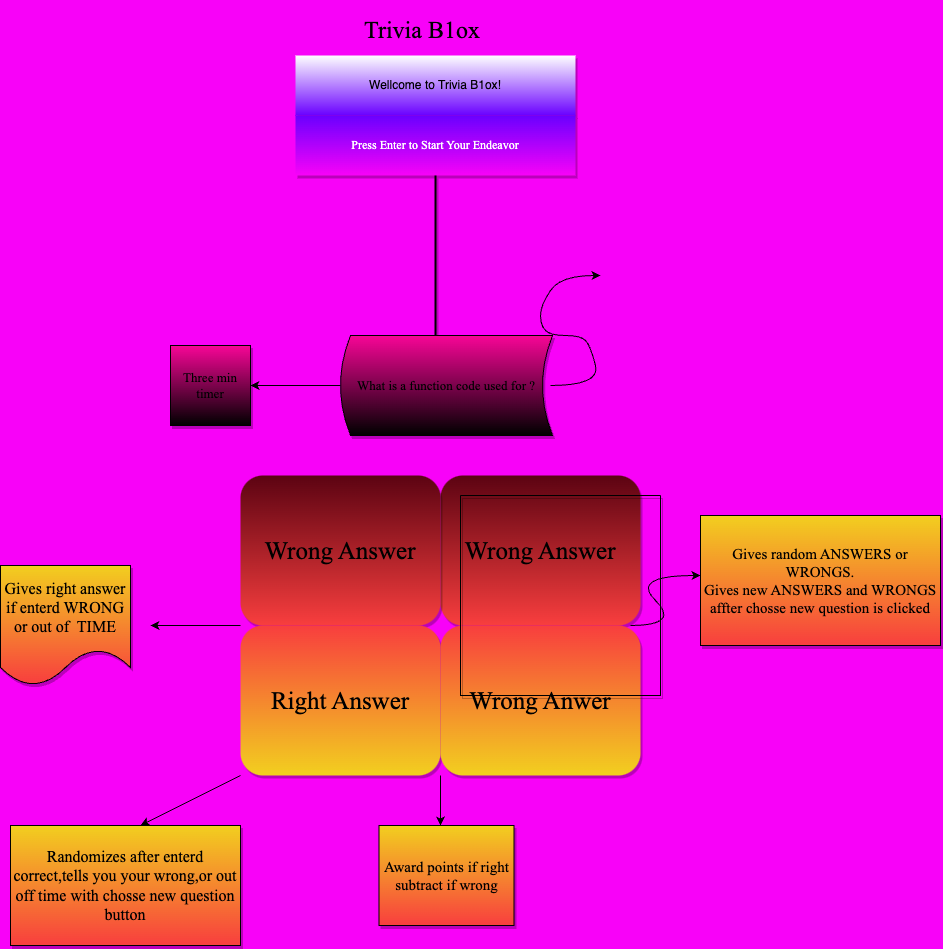
Above: wire.drawio.png in andy209/P1-Project (draw.io), before the change. Source tidied: cells renumbered, new cells last; positions are measured from the earlier drawing's top-left corner, leaving out a move shared by most shapes.
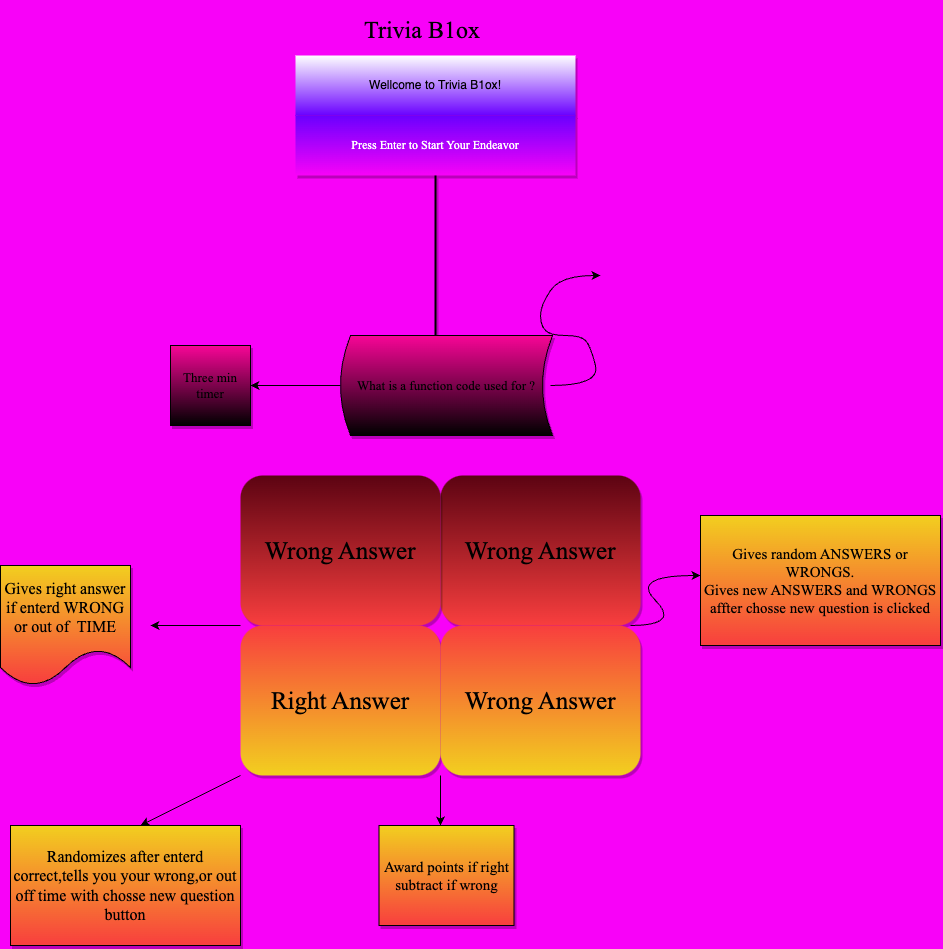
After the commit.

What changed in the source:
```diff
@@ -49,9 +49,6 @@
     <mxCell id="14" value="Right Answer" style="rounded=1;whiteSpace=wrap;html=1;shadow=1;glass=0;sketch=0;fontFamily=Times New Roman;fontSize=25;fillColor=#F83E3E;gradientColor=#F2CF1F;gradientDirection=south;strokeColor=none;" parent="1" vertex="1">
       <mxGeometry x="240" y="610" width="200" height="150" as="geometry" />
     </mxCell>
-    <mxCell id="15" value="Wrong Anwer" style="rounded=1;whiteSpace=wrap;html=1;shadow=1;glass=0;sketch=0;fontFamily=Times New Roman;fontSize=25;fillColor=#F83E3E;gradientColor=#F2CF1F;gradientDirection=south;strokeColor=none;" parent="1" vertex="1">
-      <mxGeometry x="440" y="610" width="200" height="150" as="geometry" />
-    </mxCell>
     <mxCell id="16" value="Gives right answer&lt;br&gt;if enterd WRONG&lt;br&gt;or out of&amp;nbsp; TIME" style="shape=document;whiteSpace=wrap;html=1;boundedLbl=1;shadow=1;glass=0;sketch=0;fontFamily=Times New Roman;fontSize=16;fillColor=#F83E3E;gradientColor=#F2CF1F;gradientDirection=north;" parent="1" vertex="1">
       <mxGeometry y="550" width="130" height="120" as="geometry" />
     </mxCell>
@@ -83,14 +80,14 @@
         </Array>
       </mxGeometry>
     </mxCell>
-    <mxCell id="20" style="swimlane;startSize=0;shadow=1;glass=0;sketch=0;fontFamily=Times New Roman;fontSize=15;fillColor=#F83E3E;gradientColor=#F2CF1F;gradientDirection=north;" parent="1" vertex="1">
-      <mxGeometry x="460" y="480" width="200" height="200" as="geometry" />
-    </mxCell>
     <mxCell id="21" value="Gives random ANSWERS or WRONGS.&lt;br&gt;Gives new ANSWERS and WRONGS&lt;br&gt;affter chosse new question is clicked" style="rounded=0;whiteSpace=wrap;html=1;shadow=1;glass=0;sketch=0;fontFamily=Times New Roman;fontSize=15;fillColor=#F83E3E;gradientColor=#F2CF1F;gradientDirection=north;" parent="1" vertex="1">
       <mxGeometry x="700" y="500" width="240" height="130" as="geometry" />
     </mxCell>
     <mxCell id="22" value="Award points if right subtract if wrong" style="rounded=0;whiteSpace=wrap;html=1;shadow=1;glass=0;sketch=0;fontFamily=Times New Roman;fontSize=15;fillColor=#F83E3E;gradientColor=#F2CF1F;gradientDirection=north;" parent="1" vertex="1">
       <mxGeometry x="378.5" y="810" width="135" height="100" as="geometry" />
     </mxCell>
+    <mxCell id="23" value="Wrong Answer" style="rounded=1;whiteSpace=wrap;html=1;shadow=1;glass=0;sketch=0;fontFamily=Times New Roman;fontSize=25;fillColor=#F83E3E;gradientColor=#F2CF1F;gradientDirection=south;strokeColor=none;" parent="1" vertex="1">
+      <mxGeometry x="440" y="610" width="200" height="150" as="geometry" />
+    </mxCell>
   </root>
 </mxGraphModel>
```
